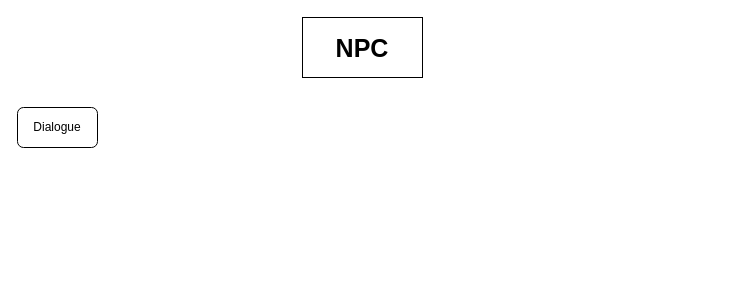
This is Notes/charts/npc.drawio from ChrisGlenn/tdats, a draw.io file, before an edit. Source tidied: cells renumbered, new cells numbered last; positions are measured from the earlier drawing's top-left corner, leaving out a move shared by most shapes. Both pictures are drawn from the tidied source at 100%, with x=0, y=0 at pixel (17, 17).
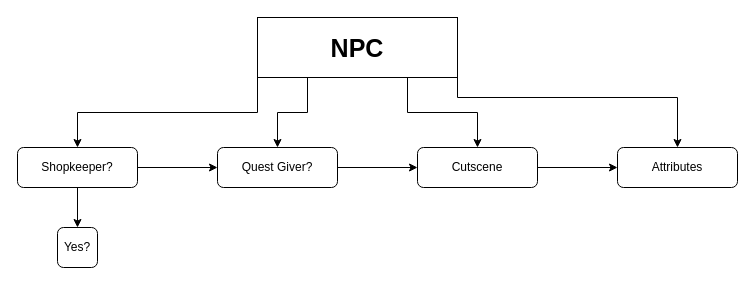
The same page after the edit.

What changed in the source:
```diff
@@
 <mxGraphModel>
   <root>
     <mxCell id="0" />
     <mxCell id="1" parent="0" />
+    <mxCell id="4" style="edgeStyle=orthogonalEdgeStyle;rounded=0;jettySize=auto;html=1;exitX=0;exitY=1;exitDx=0;exitDy=0;" parent="1" edge="1" source="2" target="3">
+      <mxGeometry relative="1" as="geometry" />
+    </mxCell>
+    <mxCell id="5" style="edgeStyle=orthogonalEdgeStyle;rounded=0;jettySize=auto;html=1;exitX=0.25;exitY=1;exitDx=0;exitDy=0;entryX=0.5;entryY=0;entryDx=0;entryDy=0;" parent="1" edge="1" source="2" target="11">
+      <mxGeometry relative="1" as="geometry" />
+    </mxCell>
+    <mxCell id="6" style="edgeStyle=orthogonalEdgeStyle;rounded=0;jettySize=auto;html=1;exitX=0.75;exitY=1;exitDx=0;exitDy=0;entryX=0.5;entryY=0;entryDx=0;entryDy=0;" parent="1" edge="1" source="2" target="13">
+      <mxGeometry relative="1" as="geometry" />
+    </mxCell>
+    <mxCell id="7" style="edgeStyle=orthogonalEdgeStyle;rounded=0;jettySize=auto;html=1;exitX=1;exitY=1;exitDx=0;exitDy=0;entryX=0.5;entryY=0;entryDx=0;entryDy=0;" parent="1" edge="1" source="2" target="14">
+      <mxGeometry relative="1" as="geometry">
+        <Array as="points">
+          <mxPoint x="440" y="80" />
+          <mxPoint x="660" y="80" />
+        </Array>
+      </mxGeometry>
+    </mxCell>
     <mxCell id="2" value="&lt;font style=&quot;font-size: 25px;&quot;&gt;&lt;b&gt;NPC&lt;/b&gt;&lt;/font&gt;" style="rounded=0;whiteSpace=wrap;html=1;" parent="1" vertex="1">
-      <mxGeometry x="285" width="120" height="60" as="geometry" />
+      <mxGeometry x="240" width="200" height="60" as="geometry" />
     </mxCell>
+    <mxCell id="8" style="edgeStyle=orthogonalEdgeStyle;rounded=0;jettySize=auto;html=1;exitX=0.5;exitY=1;exitDx=0;exitDy=0;entryX=0.5;entryY=0;entryDx=0;entryDy=0;" parent="1" edge="1" source="3" target="15">
+      <mxGeometry relative="1" as="geometry" />
+    </mxCell>
+    <mxCell id="9" style="edgeStyle=orthogonalEdgeStyle;rounded=0;jettySize=auto;html=1;exitX=1;exitY=0.5;exitDx=0;exitDy=0;entryX=0;entryY=0.5;entryDx=0;entryDy=0;" parent="1" edge="1" source="3" target="11">
+      <mxGeometry relative="1" as="geometry" />
+    </mxCell>
-    <mxCell id="3" value="Dialogue" style="rounded=1;whiteSpace=wrap;html=1;" parent="1" vertex="1">
-      <mxGeometry y="90" width="80" height="40" as="geometry" />
+    <mxCell id="3" value="Shopkeeper?" style="rounded=1;whiteSpace=wrap;html=1;" parent="1" vertex="1">
+      <mxGeometry y="130" width="120" height="40" as="geometry" />
     </mxCell>
+    <mxCell id="10" style="edgeStyle=orthogonalEdgeStyle;rounded=0;jettySize=auto;html=1;exitX=1;exitY=0.5;exitDx=0;exitDy=0;entryX=0;entryY=0.5;entryDx=0;entryDy=0;" parent="1" edge="1" source="11" target="13">
+      <mxGeometry relative="1" as="geometry" />
+    </mxCell>
+    <mxCell id="11" value="Quest Giver?" style="rounded=1;whiteSpace=wrap;html=1;" parent="1" vertex="1">
+      <mxGeometry x="200" y="130" width="120" height="40" as="geometry" />
+    </mxCell>
+    <mxCell id="12" style="edgeStyle=orthogonalEdgeStyle;rounded=0;jettySize=auto;html=1;exitX=1;exitY=0.5;exitDx=0;exitDy=0;entryX=0;entryY=0.5;entryDx=0;entryDy=0;" parent="1" edge="1" source="13" target="14">
+      <mxGeometry relative="1" as="geometry" />
+    </mxCell>
+    <mxCell id="13" value="Cutscene" style="rounded=1;whiteSpace=wrap;html=1;" parent="1" vertex="1">
+      <mxGeometry x="400" y="130" width="120" height="40" as="geometry" />
+    </mxCell>
+    <mxCell id="14" value="Attributes" style="rounded=1;whiteSpace=wrap;html=1;" parent="1" vertex="1">
+      <mxGeometry x="600" y="130" width="120" height="40" as="geometry" />
+    </mxCell>
+    <mxCell id="15" value="Yes?" style="rounded=1;whiteSpace=wrap;html=1;" parent="1" vertex="1">
+      <mxGeometry x="40" y="210" width="40" height="40" as="geometry" />
+    </mxCell>
   </root>
 </mxGraphModel>
```
